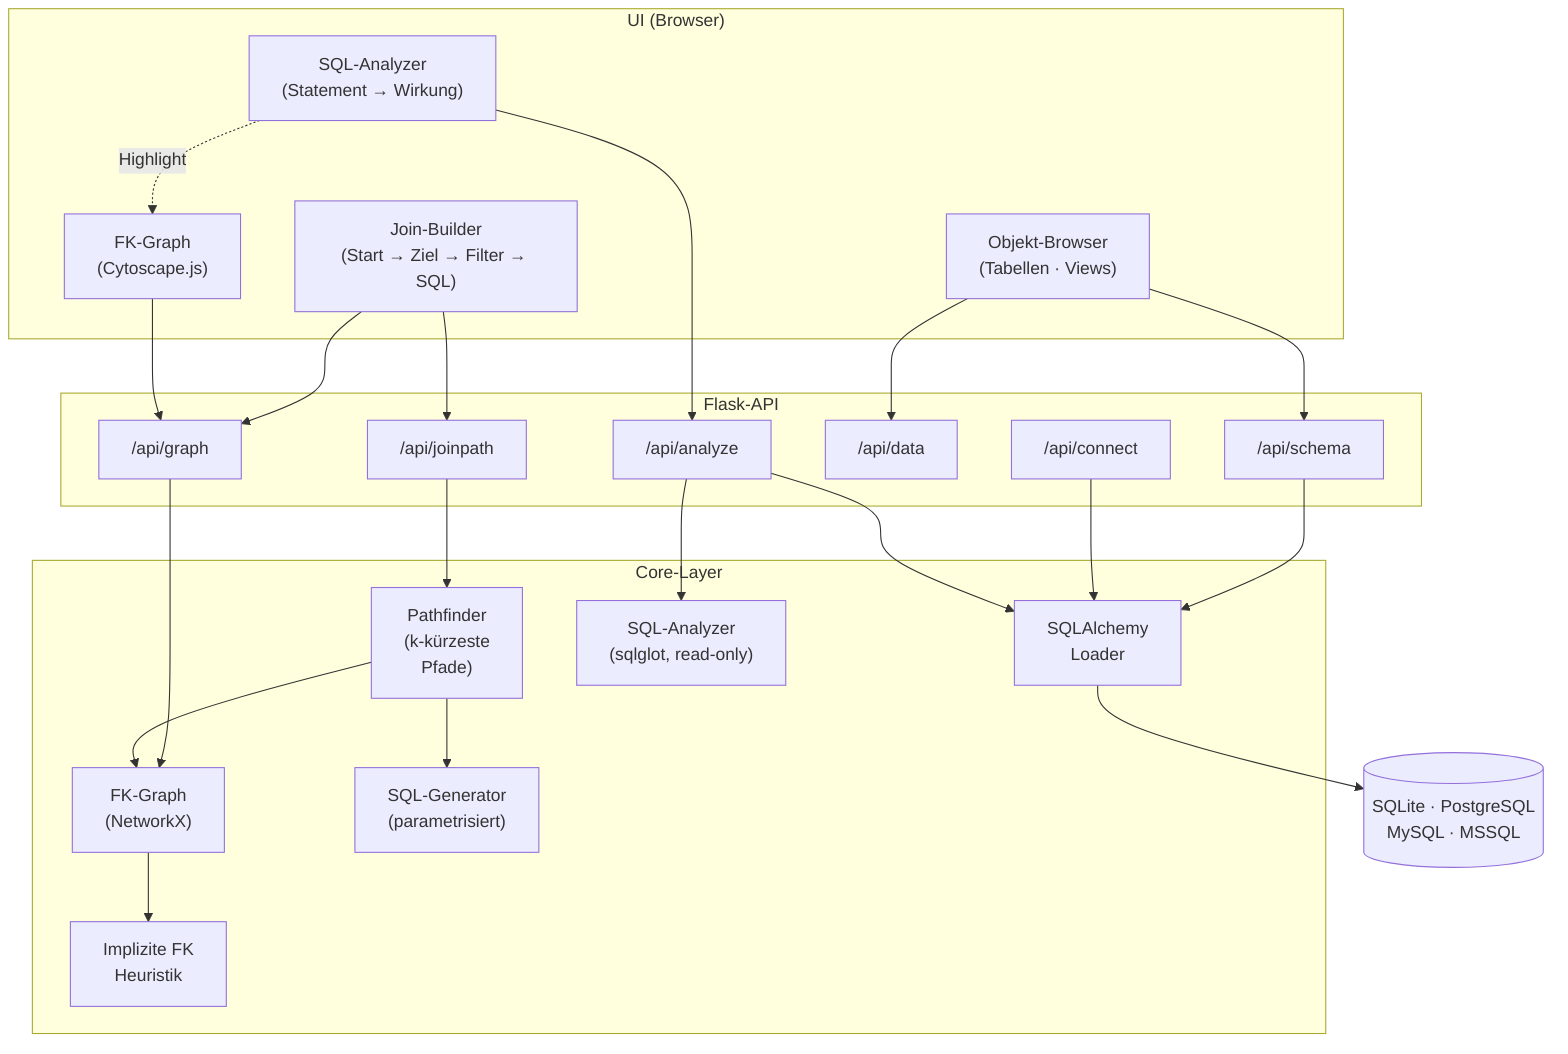
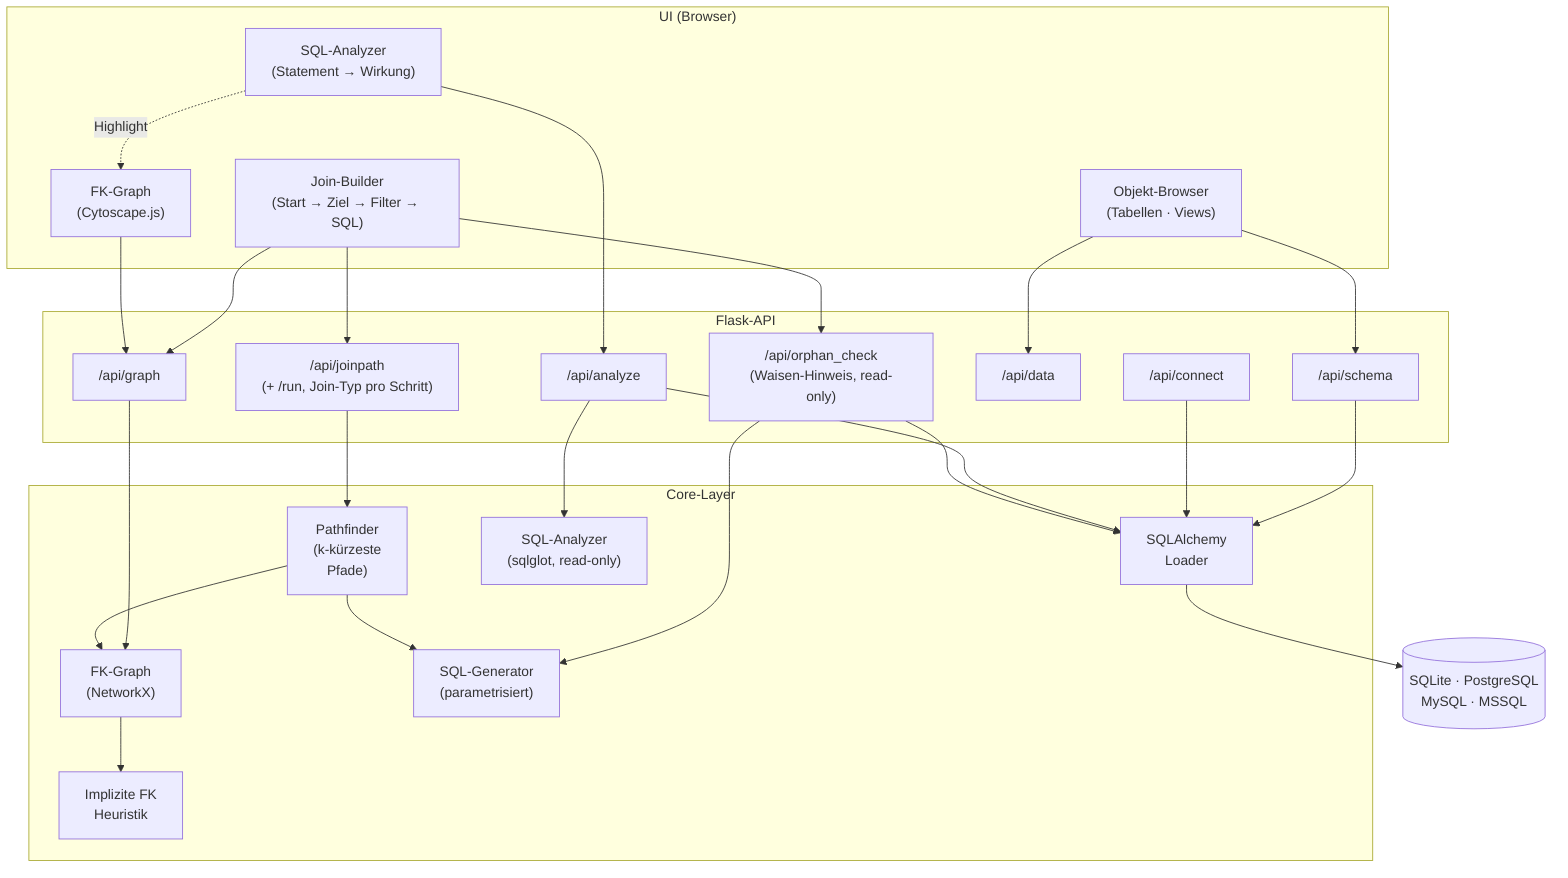
graph TB
    subgraph UI["UI (Browser)"]
        OB["Objekt-Browser\n(Tabellen · Views)"]
        JB["Join-Builder\n(Start → Ziel → Filter → SQL)"]
        AN["SQL-Analyzer\n(Statement → Wirkung)"]
        GR["FK-Graph\n(Cytoscape.js)"]
    end
    subgraph FLASK["Flask-API"]
        S["/api/schema"]
-         J["/api/joinpath"]
+         J["/api/joinpath\n(+ /run, Join-Typ pro Schritt)"]
+         OC["/api/orphan_check\n(Waisen-Hinweis, read-only)"]
        G["/api/graph"]
        D["/api/data"]
        A["/api/analyze"]
        C["/api/connect"]
    end
    subgraph CORE["Core-Layer"]
        SL["SQLAlchemy\nLoader"]
        BG["FK-Graph\n(NetworkX)"]
        PF["Pathfinder\n(k-kürzeste\nPfade)"]
        SG["SQL-Generator\n(parametrisiert)"]
        SA["SQL-Analyzer\n(sqlglot, read-only)"]
        IFK["Implizite FK\nHeuristik"]
    end
    DB[("SQLite · PostgreSQL\nMySQL · MSSQL")]

    OB --> S
    JB --> J
+     JB --> OC
    JB --> G
    GR --> G
    OB --> D
    AN --> A
    AN -. Highlight .-> GR
    S --> SL
    J --> PF
    G --> BG
    C --> SL
    A --> SA
    A --> SL
+     OC --> SG
+     OC --> SL
    SL --> DB
    PF --> BG
    PF --> SG
    BG --> IFK
